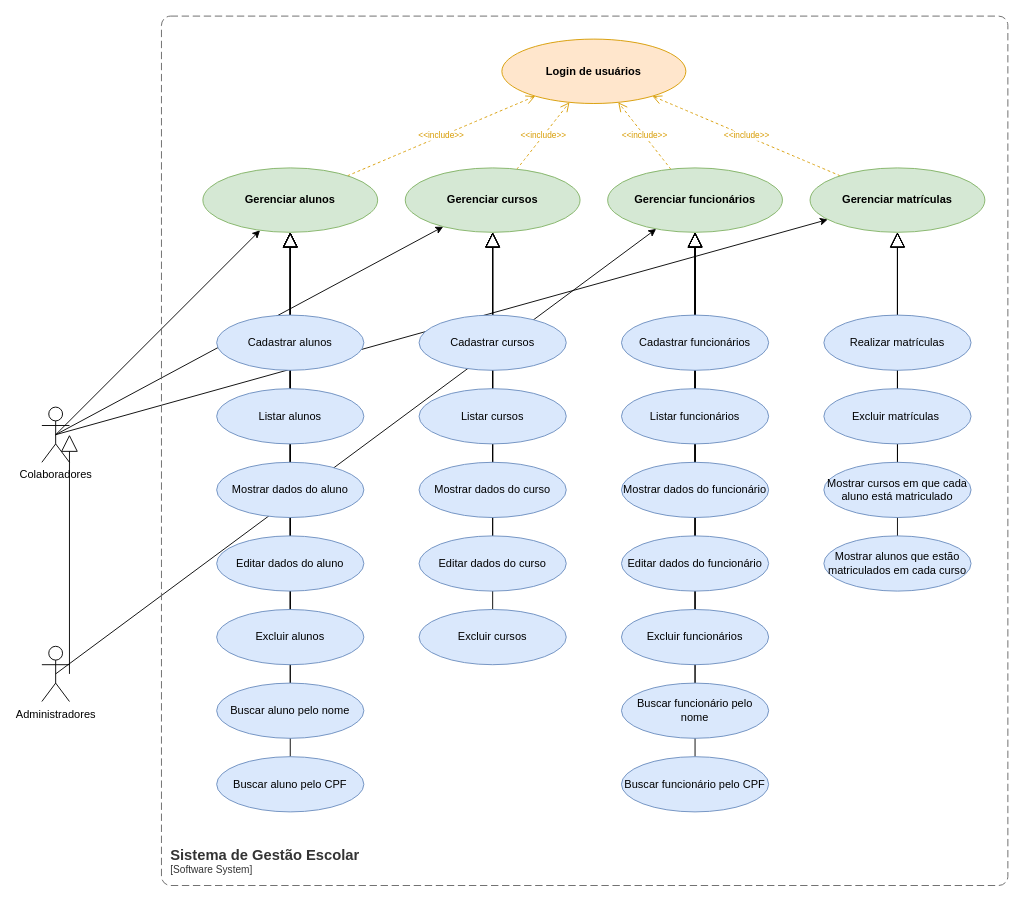
The draw.io diagram diagramas/casos-de-uso.drawio in Marco-Veio/sistema-de-gestao-escolar-modelagem, before the edit. Source tidied: cells renumbered, new cells numbered last; positions are measured from the earlier drawing's top-left corner, leaving out a move shared by most shapes. Both pictures are drawn from the tidied source at 92%, with x=0, y=0 at pixel (41, 16).
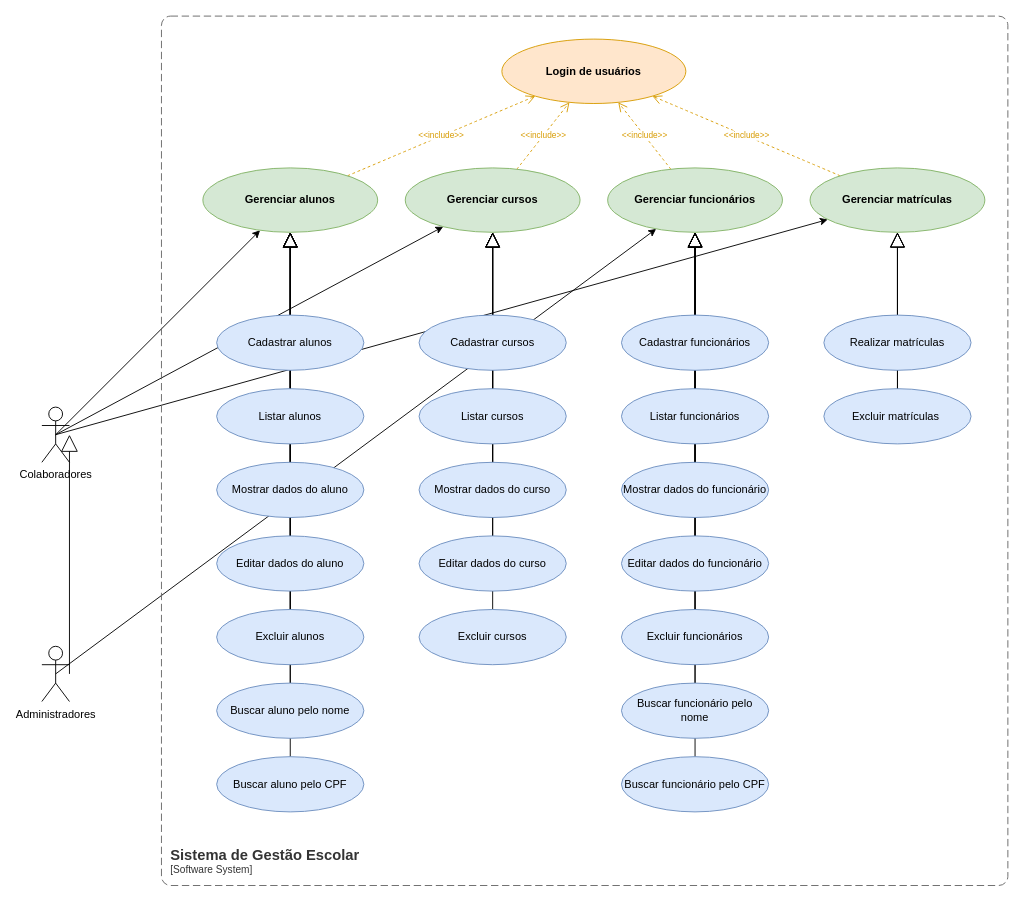
After the change.

Commit message (it also covers changes not shown here):
terminando diagrama de classes, atualizando diagrama de casos de uso

Unchanged cells that the change refers to:
```xml
<mxCell id="60" value="Gerenciar matrículas" style="ellipse;whiteSpace=wrap;html=1;fillColor=#d5e8d4;strokeColor=#82b366;fontStyle=1;" parent="1" vertex="1">
  <mxGeometry x="835" y="165" width="190" height="70" as="geometry" />
</mxCell>
<mxCell id="62" value="Excluir matrículas&lt;font color=&quot;#484848&quot;&gt;&amp;nbsp;&lt;/font&gt;" style="ellipse;whiteSpace=wrap;html=1;fillColor=#dae8fc;strokeColor=#6c8ebf;" parent="1" vertex="1">
  <mxGeometry x="850" y="405" width="160" height="60" as="geometry" />
</mxCell>
```

Change to the diagram source:
```diff
@@
-    <mxCell id="32" style="endArrow=block;endFill=0;endSize=14;html=1;" parent="1" edge="1" source="63" target="60">
-      <mxGeometry relative="1" as="geometry" />
-    </mxCell>
-    <mxCell id="33" style="endArrow=block;endFill=0;endSize=14;html=1;" parent="1" edge="1" source="64" target="60">
+    <mxCell id="33" style="endArrow=block;endFill=0;endSize=14;html=1;exitX=0.5;exitY=1;exitDx=0;exitDy=0;" parent="1" edge="1" source="62" target="60">
       <mxGeometry relative="1" as="geometry" />
     </mxCell>
@@
-    <mxCell id="63" value="Mostrar cursos em que cada aluno está matriculado" style="ellipse;whiteSpace=wrap;html=1;fillColor=#dae8fc;strokeColor=#6c8ebf;" parent="1" vertex="1">
-      <mxGeometry x="850" y="485" width="160" height="60" as="geometry" />
-    </mxCell>
-    <mxCell id="64" value="Mostrar alunos que estão matriculados em cada curso" style="ellipse;whiteSpace=wrap;html=1;fillColor=#dae8fc;strokeColor=#6c8ebf;" parent="1" vertex="1">
-      <mxGeometry x="850" y="565" width="160" height="60" as="geometry" />
-    </mxCell>
```
